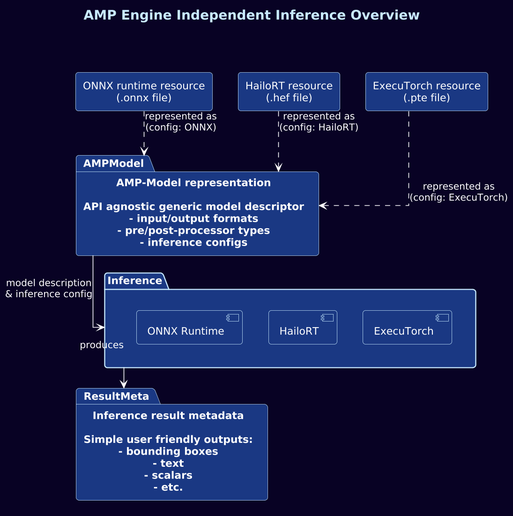
The PlantUML diagram docs/static/img/engine-independent.png in arm/open-perception-kit, before a commit.
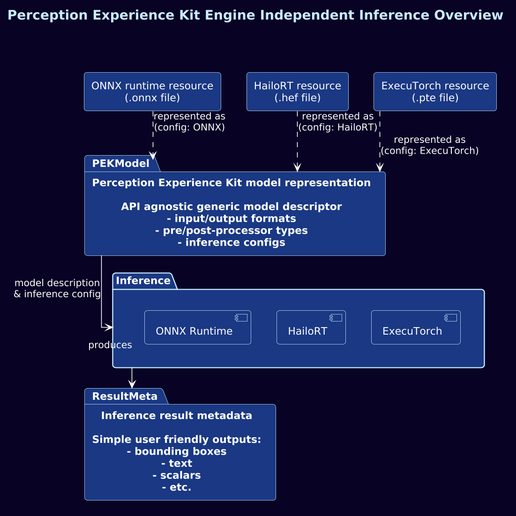
Above is the later version.

The edit, as a diff of the source:
```diff
@@ -1,7 +1,7 @@
 @startuml
-!include amp-style.puml
+!include pek-style.puml
 
-title AMP Engine Independent Inference Overview
+title Perception Experience Kit Engine Independent Inference Overview
 
 skinparam package<<inference-container>> {
   BackgroundColor transparent
@@ -10,7 +10,7 @@
 }
 
 package " " <<inference-container>>{
-    package "AMP-Model representation\n\nAPI agnostic generic model descriptor\n- input/output formats\n- pre/post-processor types\n- inference configs" as AMPModel
+    package "Perception Experience Kit model representation\n\nAPI agnostic generic model descriptor\n- input/output formats\n- pre/post-processor types\n- inference configs" as PEKModel
     package "Inference" as Inference {
     together {
         component "ONNX Runtime" as ONNX
@@ -31,12 +31,12 @@
     ResOnnx -[hidden]right-> ResHef
     ResHef -[hidden]right-> ResPte
 
-    ResOnnx -[dashed]-> AMPModel : represented as\n(config: ONNX)
-    ResHef  -[dashed]-> AMPModel : represented as\n(config: HailoRT)
-    ResPte  -[dashed]-> AMPModel : represented as\n(config: ExecuTorch)
+    ResOnnx -[dashed]-> PEKModel : represented as\n(config: ONNX)
+    ResHef  -[dashed]-> PEKModel : represented as\n(config: HailoRT)
+    ResPte  -[dashed]-> PEKModel : represented as\n(config: ExecuTorch)
 
-    AMPModel -down[hidden]-> Inference
-    AMPModel -down-> Inference : model description\n& inference config
+    PEKModel -down[hidden]-> Inference
+    PEKModel -down-> Inference : model description\n& inference config
 
     Inference -down[hidden]-> ResultMeta
     Inference -down-> ResultMeta : produces
```
